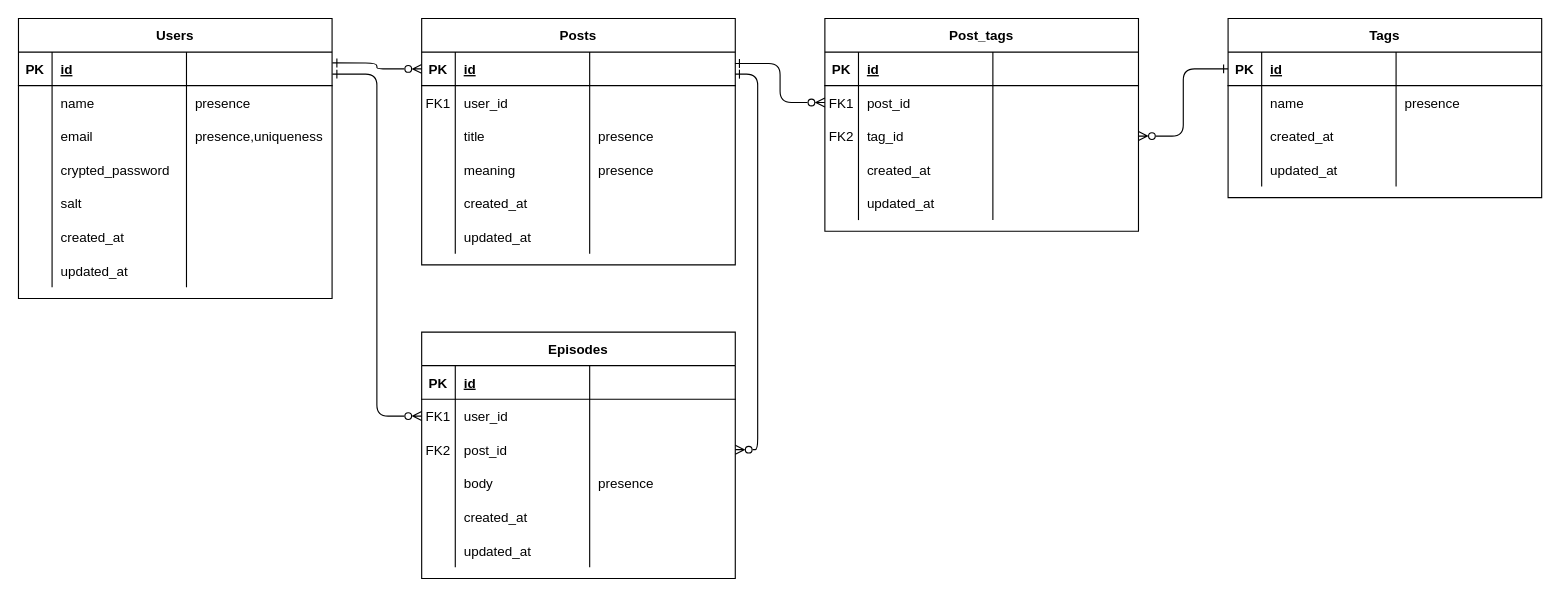
This is page "Page-1" (1 of 2) of Group1_ER図.drawio from RUNTEQ-62-GROUP-DEVELOPMENT/Group1, a draw.io file, before an edit. Source tidied: cells renumbered, new cells numbered last; positions are measured from the earlier drawing's top-left corner, leaving out a move shared by most shapes. Both pictures are drawn from the tidied source at 112%, with x=0, y=0 at pixel (18, 18).
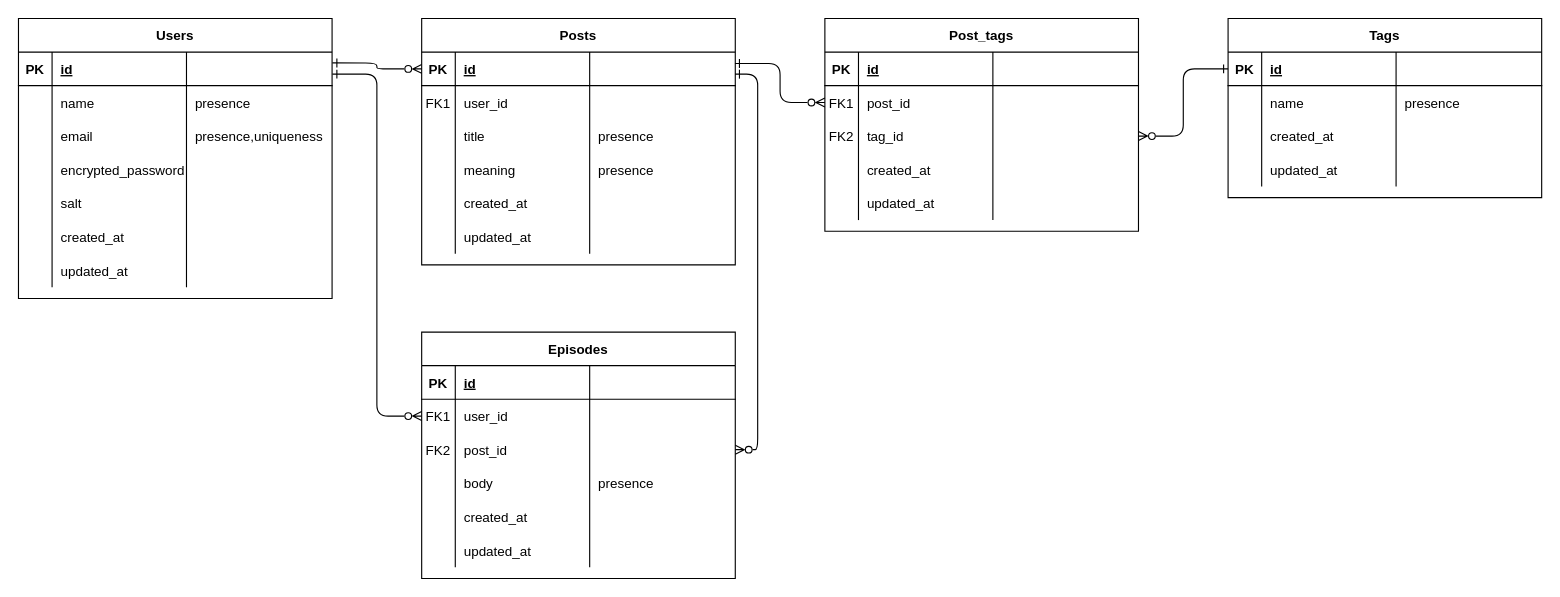
The same diagram, later.

Commit message:
Group1_ER図.drawio を更新します

Unchanged cells that the change refers to:
```xml
<mxCell id="15" style="shape=partialRectangle;fillColor=none;top=0;left=0;right=0;bottom=0;" parent="2" vertex="1">
  <mxGeometry y="120" width="280" height="30" as="geometry" />
</mxCell>
```

What changed in the source:
```diff
@@
-    <mxCell id="17" value="crypted_password" style="shape=partialRectangle;overflow=hidden;fillColor=none;top=0;left=0;bottom=0;right=0;align=left;spacingLeft=6;" parent="15" vertex="1">
+    <mxCell id="17" value="encrypted_password" style="shape=partialRectangle;overflow=hidden;fillColor=none;top=0;left=0;bottom=0;right=0;align=left;spacingLeft=6;" parent="15" vertex="1">
       <mxGeometry x="30" width="120" height="30" as="geometry" />
     </mxCell>
```
